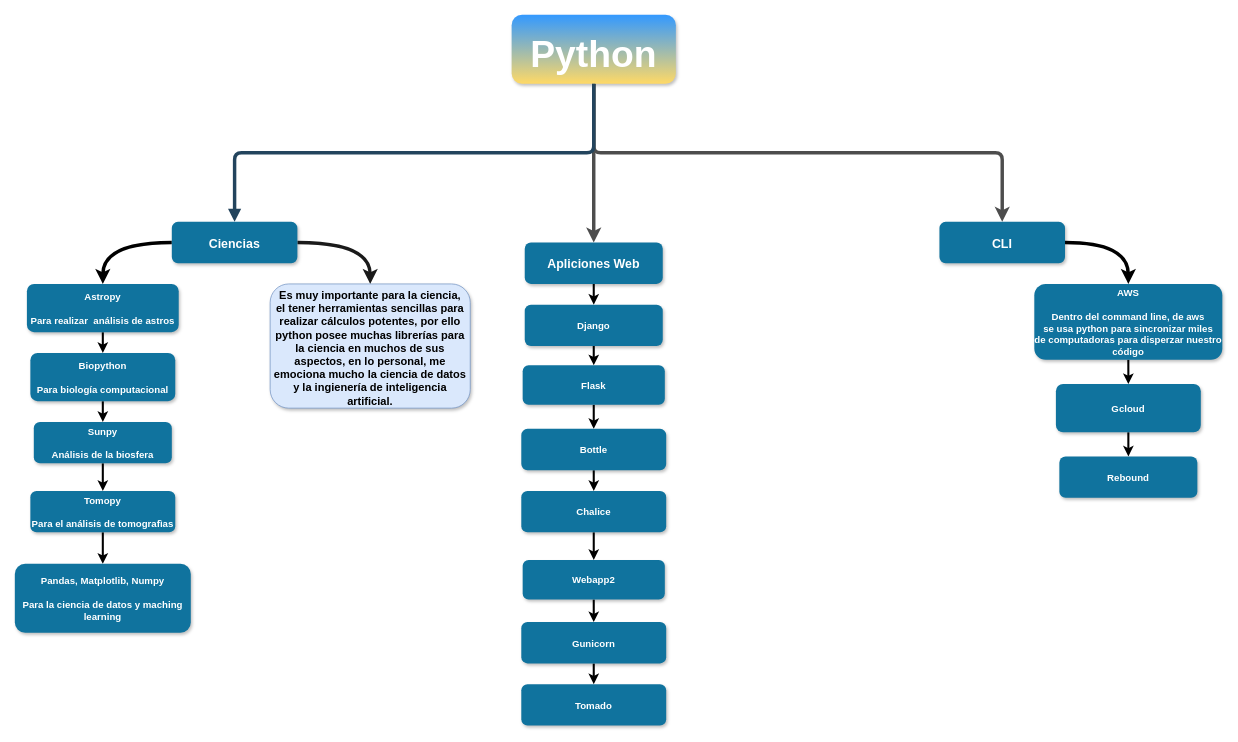
The draw.io diagram taller_1_viaje/Untitled Diagram.drawio in u-m-i/SENA_tasks, before the edit. Source tidied: cells renumbered, new cells numbered last; positions are measured from the earlier drawing's top-left corner, leaving out a move shared by most shapes. Both pictures are drawn from the tidied source at 69%, with x=0, y=0 at pixel (14, 14).
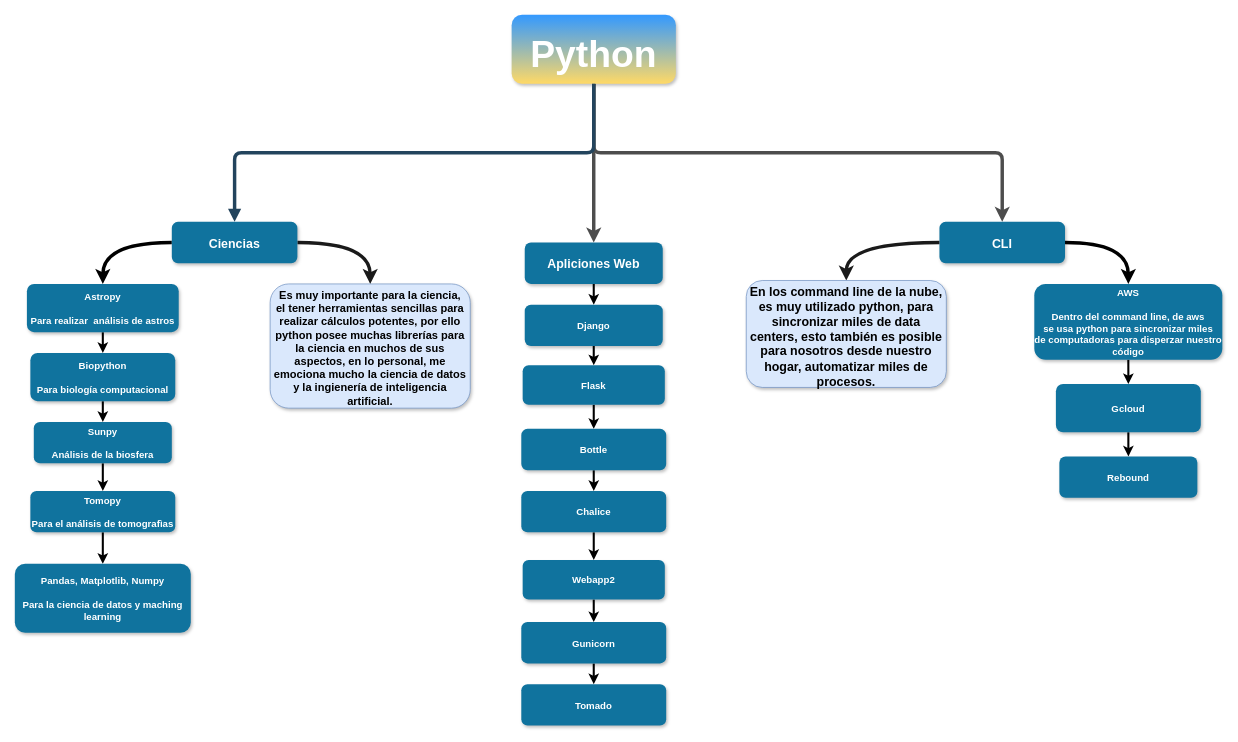
The same diagram, later.

The change refers to these unchanged cells:
```xml
<mxCell id="19" value="CLI" style="rounded=1;fillColor=#10739E;strokeColor=none;shadow=1;gradientColor=none;fontStyle=1;fontColor=#FFFFFF;fontSize=18;" parent="1" vertex="1">
  <mxGeometry x="1340" y="300" width="182" height="60" as="geometry" />
</mxCell>
```

Diff of the diagram source:
```diff
@@
+    <mxCell id="41" style="edgeStyle=orthogonalEdgeStyle;jettySize=auto;html=1;fontSize=18;strokeWidth=5;curved=1;exitX=0;exitY=0.5;exitDx=0;exitDy=0;strokeColor=#1A1A1A;" parent="1" edge="1" source="19" target="42">
+      <mxGeometry relative="1" as="geometry" />
+    </mxCell>
+    <mxCell id="42" value="En los command line de la nube, es muy utilizado python, para sincronizar miles de data centers, esto también es posible para nosotros desde nuestro hogar, automatizar miles de procesos." style="rounded=1;fillColor=#dae8fc;strokeColor=#6c8ebf;shadow=1;fontStyle=1;fontSize=18;glass=0;align=center;verticalAlign=top;labelBorderColor=none;whiteSpace=wrap;" parent="1" vertex="1">
+      <mxGeometry x="1060" y="385" width="290" height="155" as="geometry" />
+    </mxCell>
```
